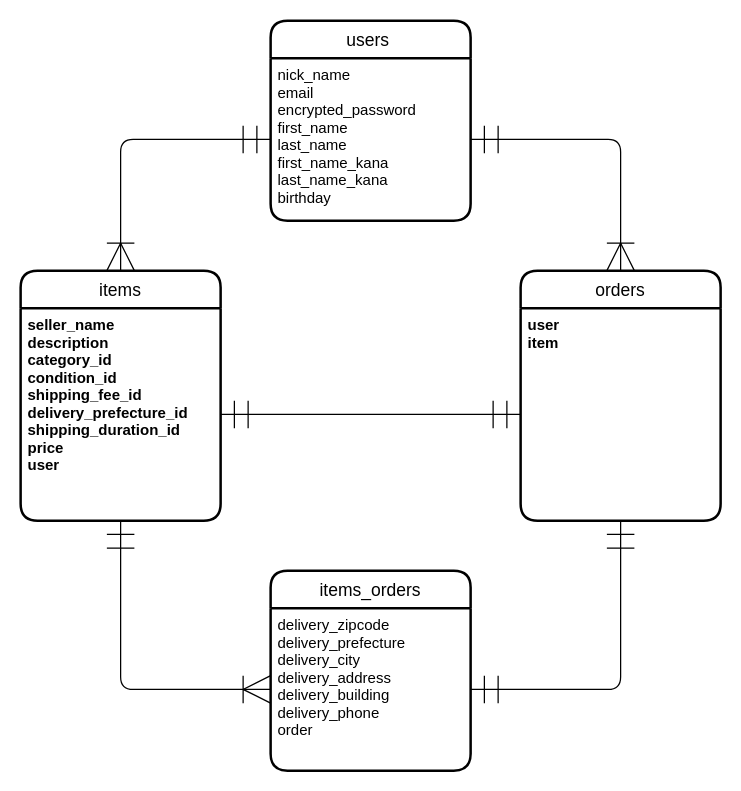
The draw.io diagram ER図.dio in masanaga225150/furima-.39448, before the edit. Source tidied: cells renumbered, new cells numbered last; positions are measured from the earlier drawing's top-left corner, leaving out a move shared by most shapes. Both pictures are drawn from the tidied source at 125%, with x=0, y=0 at pixel (20, 20).
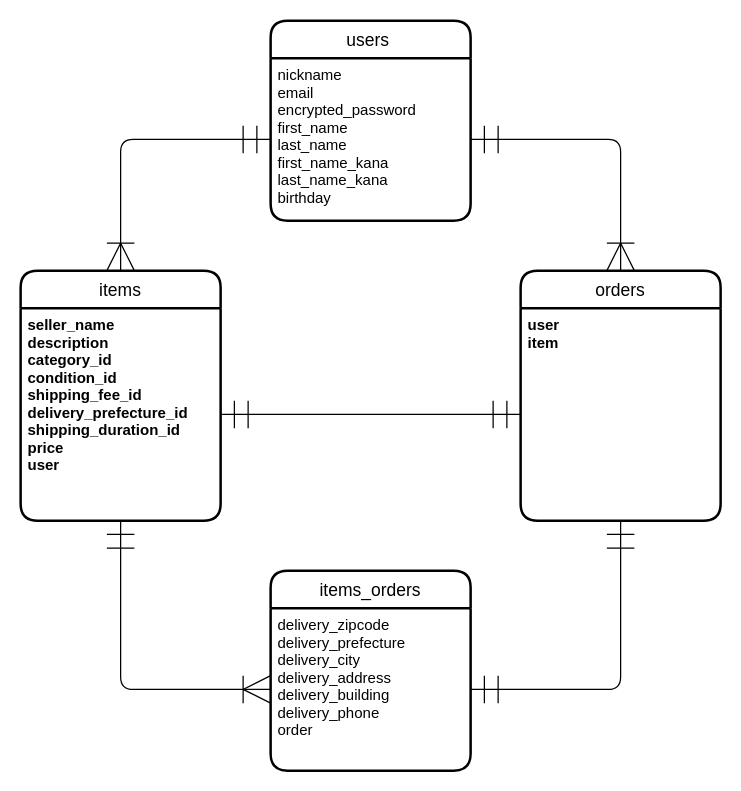
After the change.

What changed in the source:
```diff
@@
 <mxGraphModel>
   <root>
     <mxCell id="0" />
     <mxCell id="1" parent="0" />
     <mxCell id="2" value="users " style="swimlane;horizontal=1;startSize=30;rounded=1;fontSize=14;fontStyle=0;strokeWidth=2;shadow=0;dashed=0;align=center;" parent="1" vertex="1">
       <mxGeometry x="200" width="160" height="160" as="geometry" />
     </mxCell>
-    <mxCell id="3" value="nick_name&#10;email&#10;encrypted_password&#10;first_name&#10;last_name&#10;first_name_kana&#10;last_name_kana&#10;birthday" style="align=left;strokeColor=none;fillColor=none;spacingLeft=4;fontSize=12;verticalAlign=top;fontStyle=0;" parent="2" vertex="1">
+    <mxCell id="3" value="nickname&#10;email&#10;encrypted_password&#10;first_name&#10;last_name&#10;first_name_kana&#10;last_name_kana&#10;birthday" style="align=left;strokeColor=none;fillColor=none;spacingLeft=4;fontSize=12;verticalAlign=top;fontStyle=0;" parent="2" vertex="1">
       <mxGeometry y="30" width="160" height="130" as="geometry" />
     </mxCell>
     <mxCell id="4" value="items" style="swimlane;horizontal=1;startSize=30;rounded=1;fontSize=14;fontStyle=0;strokeWidth=2;shadow=0;dashed=0;align=center;" parent="1" vertex="1">
       <mxGeometry y="200" width="160" height="200" as="geometry" />
     </mxCell>
     <mxCell id="5" value="seller_name&#10;description&#10;category_id&#10;condition_id&#10;shipping_fee_id&#10;delivery_prefecture_id&#10;shipping_duration_id&#10;price&#10;user" style="align=left;strokeColor=none;fillColor=none;spacingLeft=4;fontSize=12;verticalAlign=top;fontStyle=1;" parent="4" vertex="1">
       <mxGeometry y="30" width="160" height="170" as="geometry" />
     </mxCell>
     <mxCell id="6" value="orders" style="swimlane;horizontal=1;startSize=30;rounded=1;fontSize=14;fontStyle=0;strokeWidth=2;shadow=0;dashed=0;align=center;" parent="1" vertex="1">
       <mxGeometry x="400" y="200" width="160" height="200" as="geometry" />
     </mxCell>
     <mxCell id="7" value="user&#10;item" style="align=left;strokeColor=none;fillColor=none;spacingLeft=4;fontSize=12;verticalAlign=top;fontStyle=1;" parent="6" vertex="1">
       <mxGeometry y="30" width="160" height="170" as="geometry" />
     </mxCell>
     <mxCell id="8" style="edgeStyle=orthogonalEdgeStyle;fontSize=12;html=1;endArrow=ERoneToMany;startArrow=ERmandOne;exitX=0;exitY=0.5;exitDx=0;exitDy=0;entryX=0.5;entryY=0;entryDx=0;entryDy=0;startSize=20;endSize=20;" parent="1" edge="1" source="3" target="4">
       <mxGeometry relative="1" as="geometry" />
     </mxCell>
     <mxCell id="9" style="edgeStyle=orthogonalEdgeStyle;fontSize=12;html=1;endArrow=ERoneToMany;startArrow=ERmandOne;entryX=0.5;entryY=0;entryDx=0;entryDy=0;startSize=20;endSize=20;exitX=1;exitY=0.5;exitDx=0;exitDy=0;" parent="1" edge="1" source="3" target="6">
       <mxGeometry relative="1" as="geometry" />
     </mxCell>
     <mxCell id="10" value="items_orders" style="swimlane;horizontal=1;startSize=30;rounded=1;fontSize=14;fontStyle=0;strokeWidth=2;shadow=0;dashed=0;align=center;" parent="1" vertex="1">
       <mxGeometry x="200" y="440" width="160" height="160" as="geometry" />
     </mxCell>
     <mxCell id="11" value="delivery_zipcode&#10;delivery_prefecture&#10;delivery_city&#10;delivery_address&#10;delivery_building&#10;delivery_phone&#10;order&#10;" style="align=left;strokeColor=none;fillColor=none;spacingLeft=4;fontSize=12;verticalAlign=top;" parent="10" vertex="1">
       <mxGeometry y="30" width="160" height="130" as="geometry" />
     </mxCell>
     <mxCell id="12" style="edgeStyle=orthogonalEdgeStyle;fontSize=12;html=1;endArrow=ERoneToMany;startArrow=ERmandOne;exitX=0.5;exitY=1;exitDx=0;exitDy=0;entryX=0;entryY=0.5;entryDx=0;entryDy=0;startSize=20;endSize=20;" parent="1" edge="1" source="5" target="11">
       <mxGeometry relative="1" as="geometry" />
     </mxCell>
     <mxCell id="13" style="edgeStyle=orthogonalEdgeStyle;fontSize=12;html=1;endArrow=ERmandOne;startArrow=ERmandOne;exitX=0.5;exitY=1;exitDx=0;exitDy=0;entryX=1;entryY=0.5;entryDx=0;entryDy=0;startSize=20;endSize=20;endFill=0;" parent="1" edge="1" source="7" target="11">
       <mxGeometry relative="1" as="geometry" />
     </mxCell>
     <mxCell id="14" style="edgeStyle=orthogonalEdgeStyle;fontSize=12;html=1;endArrow=ERmandOne;startArrow=ERmandOne;entryX=0;entryY=0.5;entryDx=0;entryDy=0;startSize=20;endSize=20;exitX=1;exitY=0.5;exitDx=0;exitDy=0;startFill=0;endFill=0;" parent="1" edge="1" source="5" target="7">
       <mxGeometry relative="1" as="geometry">
         <Array as="points">
           <mxPoint x="290" y="315" />
           <mxPoint x="290" y="315" />
         </Array>
       </mxGeometry>
     </mxCell>
   </root>
 </mxGraphModel>
```
